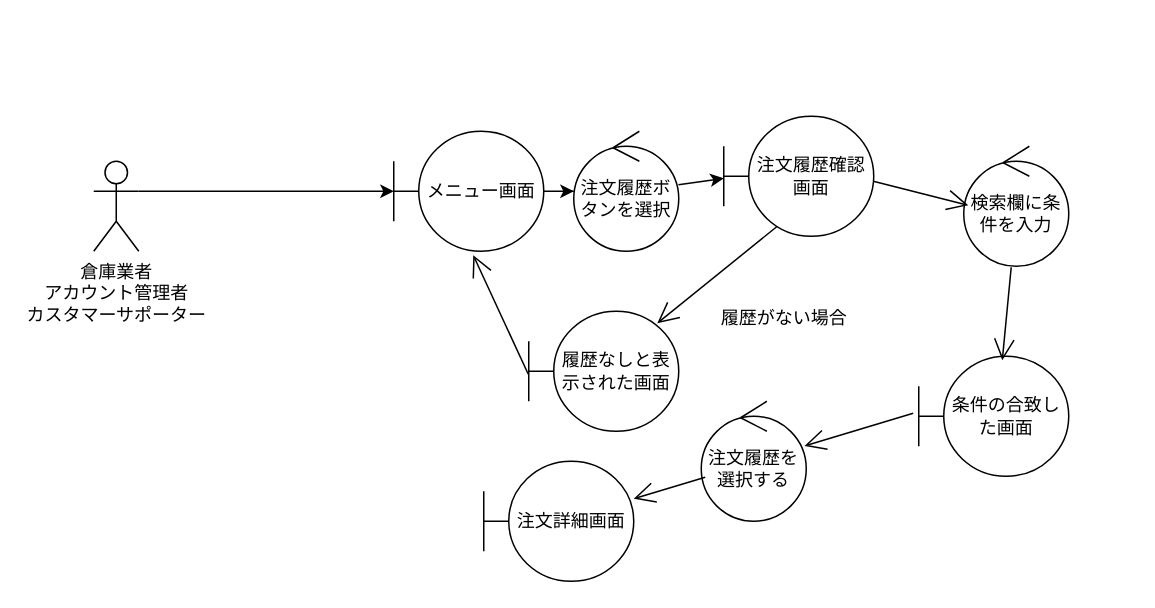
Earlier version of the draw.io diagram group/3-3_総合演習1_BBショップ注文管理システム/ロバストネス図/lo_a_03_checkhistory.drawio (ko246/ohara_uml). Source tidied: cells renumbered, new cells numbered last; positions are measured from the earlier drawing's top-left corner, leaving out a move shared by most shapes. Both pictures are drawn from the tidied source at 150%, with x=0, y=0 at pixel (93, 116).
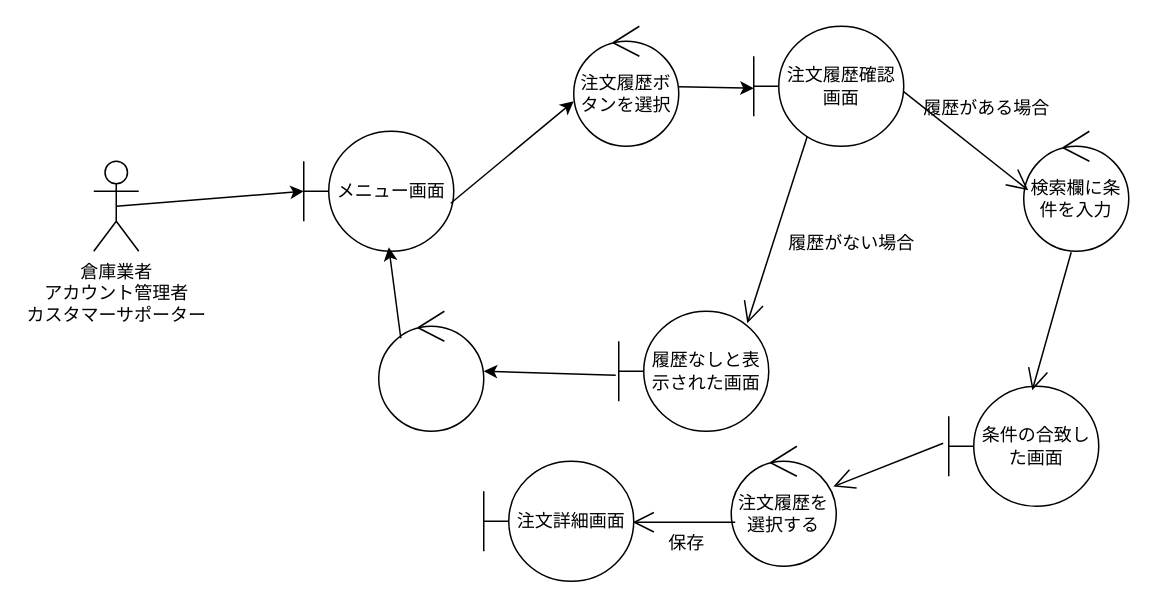
The same diagram, later.

Commit message (it also covers changes not shown here):
履歴確認修正

Unchanged cells that the change refers to:
```xml
<mxCell id="3" value="倉庫業者&lt;div&gt;アカウント管理者&lt;/div&gt;&lt;div&gt;カスタマーサポーター&lt;/div&gt;" style="shape=umlActor;verticalLabelPosition=bottom;verticalAlign=top;html=1;" parent="1" vertex="1">
  <mxGeometry y="30" width="30" height="60" as="geometry" />
</mxCell>
<mxCell id="18" value="注文詳細画面" style="shape=umlBoundary;whiteSpace=wrap;html=1;" parent="1" vertex="1">
  <mxGeometry x="260" y="230" width="100" height="80" as="geometry" />
</mxCell>
```

Change to the diagram source:
```diff
@@
-    <mxCell id="2" style="edgeStyle=orthogonalEdgeStyle;rounded=0;jettySize=auto;html=1;exitX=1;exitY=0.3333333333333333;exitDx=0;exitDy=0;exitPerimeter=0;" parent="1" edge="1" source="3">
-      <mxGeometry relative="1" as="geometry">
-        <mxPoint x="200" y="50" as="targetPoint" />
-      </mxGeometry>
-    </mxCell>
@@
-    <mxCell id="4" style="edgeStyle=orthogonalEdgeStyle;rounded=0;jettySize=auto;html=1;" parent="1" edge="1" source="5" target="19">
-      <mxGeometry relative="1" as="geometry" />
-    </mxCell>
     <mxCell id="5" value="メニュー画面" style="shape=umlBoundary;whiteSpace=wrap;html=1;" parent="1" vertex="1">
-      <mxGeometry x="200" y="10" width="100" height="80" as="geometry" />
+      <mxGeometry x="140" y="10" width="100" height="80" as="geometry" />
     </mxCell>
     <mxCell id="6" value="注文履歴確認画面" style="shape=umlBoundary;whiteSpace=wrap;html=1;" parent="1" vertex="1">
-      <mxGeometry x="420" width="100" height="80" as="geometry" />
+      <mxGeometry x="440" y="-60" width="100" height="80" as="geometry" />
     </mxCell>
     <mxCell id="7" value="履歴なしと表示された画面" style="shape=umlBoundary;whiteSpace=wrap;html=1;" parent="1" vertex="1">
-      <mxGeometry x="290" y="130" width="100" height="80" as="geometry" />
+      <mxGeometry x="350" y="130" width="100" height="80" as="geometry" />
     </mxCell>
@@
     <mxCell id="9" value="履歴がない場合" style="text;html=1;align=center;verticalAlign=middle;strokeColor=none;fillColor=none;" parent="1" vertex="1">
-      <mxGeometry x="405" y="120" width="110" height="30" as="geometry" />
+      <mxGeometry x="450" y="70" width="110" height="30" as="geometry" />
     </mxCell>
-    <mxCell id="10" style="endArrow=open;endFill=1;endSize=12;html=1;rounded=0;entryX=0.53;entryY=1.033;entryDx=0;entryDy=0;entryPerimeter=0;exitX=-0.003;exitY=0.525;exitDx=0;exitDy=0;exitPerimeter=0;" parent="1" edge="1" source="7" target="5">
-      <mxGeometry relative="1" as="geometry" />
-    </mxCell>
     <mxCell id="11" value="検索欄に条件を入力" style="ellipse;shape=umlControl;whiteSpace=wrap;html=1;" parent="1" vertex="1">
-      <mxGeometry x="580" y="20" width="70" height="80" as="geometry" />
+      <mxGeometry x="620" y="10" width="70" height="80" as="geometry" />
     </mxCell>
@@
     <mxCell id="13" value="条件の合致した画面" style="shape=umlBoundary;whiteSpace=wrap;html=1;" parent="1" vertex="1">
-      <mxGeometry x="550" y="160" width="100" height="80" as="geometry" />
+      <mxGeometry x="570" y="180" width="100" height="80" as="geometry" />
     </mxCell>
@@
     <mxCell id="16" value="注文履歴を選択する" style="ellipse;shape=umlControl;whiteSpace=wrap;html=1;" parent="1" vertex="1">
-      <mxGeometry x="405" y="190" width="70" height="80" as="geometry" />
+      <mxGeometry x="425" y="220" width="70" height="80" as="geometry" />
     </mxCell>
-    <mxCell id="17" style="endArrow=open;endFill=1;endSize=12;html=1;rounded=0;exitX=0.038;exitY=0.633;exitDx=0;exitDy=0;exitPerimeter=0;" parent="1" edge="1" source="16" target="18">
+    <mxCell id="17" style="endArrow=open;endFill=1;endSize=12;html=1;rounded=0;exitX=0.038;exitY=0.633;exitDx=0;exitDy=0;exitPerimeter=0;entryX=0.993;entryY=0.508;entryDx=0;entryDy=0;entryPerimeter=0;" parent="1" edge="1" source="16" target="18">
       <mxGeometry relative="1" as="geometry" />
     </mxCell>
@@
     <mxCell id="19" value="注文履歴ボタンを選択" style="ellipse;shape=umlControl;whiteSpace=wrap;html=1;" parent="1" vertex="1">
-      <mxGeometry x="320" y="10" width="70" height="80" as="geometry" />
+      <mxGeometry x="320" y="-60" width="70" height="80" as="geometry" />
     </mxCell>
@@
+    <mxCell id="21" style="endArrow=classic;html=1;exitX=0.5;exitY=0.5;exitDx=0;exitDy=0;exitPerimeter=0;entryX=0;entryY=0.5;entryDx=0;entryDy=0;entryPerimeter=0;" parent="1" edge="1" source="3" target="5">
+      <mxGeometry relative="1" as="geometry" />
+    </mxCell>
+    <mxCell id="4" style="endArrow=classic;html=1;exitX=0.98;exitY=0.6;exitDx=0;exitDy=0;exitPerimeter=0;entryX=0;entryY=0.625;entryDx=0;entryDy=0;entryPerimeter=0;" parent="1" edge="1" source="5" target="19">
+      <mxGeometry relative="1" as="geometry" />
+    </mxCell>
+    <mxCell id="22" value="履歴がある場合" style="text;html=1;align=center;verticalAlign=middle;strokeColor=none;fillColor=none;" parent="1" vertex="1">
+      <mxGeometry x="540" y="-20" width="110" height="30" as="geometry" />
+    </mxCell>
+    <mxCell id="23" value="保存" style="text;html=1;align=center;verticalAlign=middle;strokeColor=none;fillColor=none;" parent="1" vertex="1">
+      <mxGeometry x="370" y="270" width="50" height="30" as="geometry" />
+    </mxCell>
+    <mxCell id="24" style="ellipse;shape=umlControl;whiteSpace=wrap;html=1;" parent="1" vertex="1">
+      <mxGeometry x="190" y="130" width="70" height="80" as="geometry" />
+    </mxCell>
+    <mxCell id="25" style="endArrow=classic;html=1;entryX=1;entryY=0.5;entryDx=0;entryDy=0;entryPerimeter=0;exitX=-0.02;exitY=0.533;exitDx=0;exitDy=0;exitPerimeter=0;" parent="1" edge="1" source="7" target="24">
+      <mxGeometry relative="1" as="geometry" />
+    </mxCell>
+    <mxCell id="26" style="endArrow=classic;html=1;entryX=0.567;entryY=0.967;entryDx=0;entryDy=0;entryPerimeter=0;exitX=0.21;exitY=0.225;exitDx=0;exitDy=0;exitPerimeter=0;" parent="1" edge="1" source="24" target="5">
+      <mxGeometry relative="1" as="geometry" />
+    </mxCell>
```
